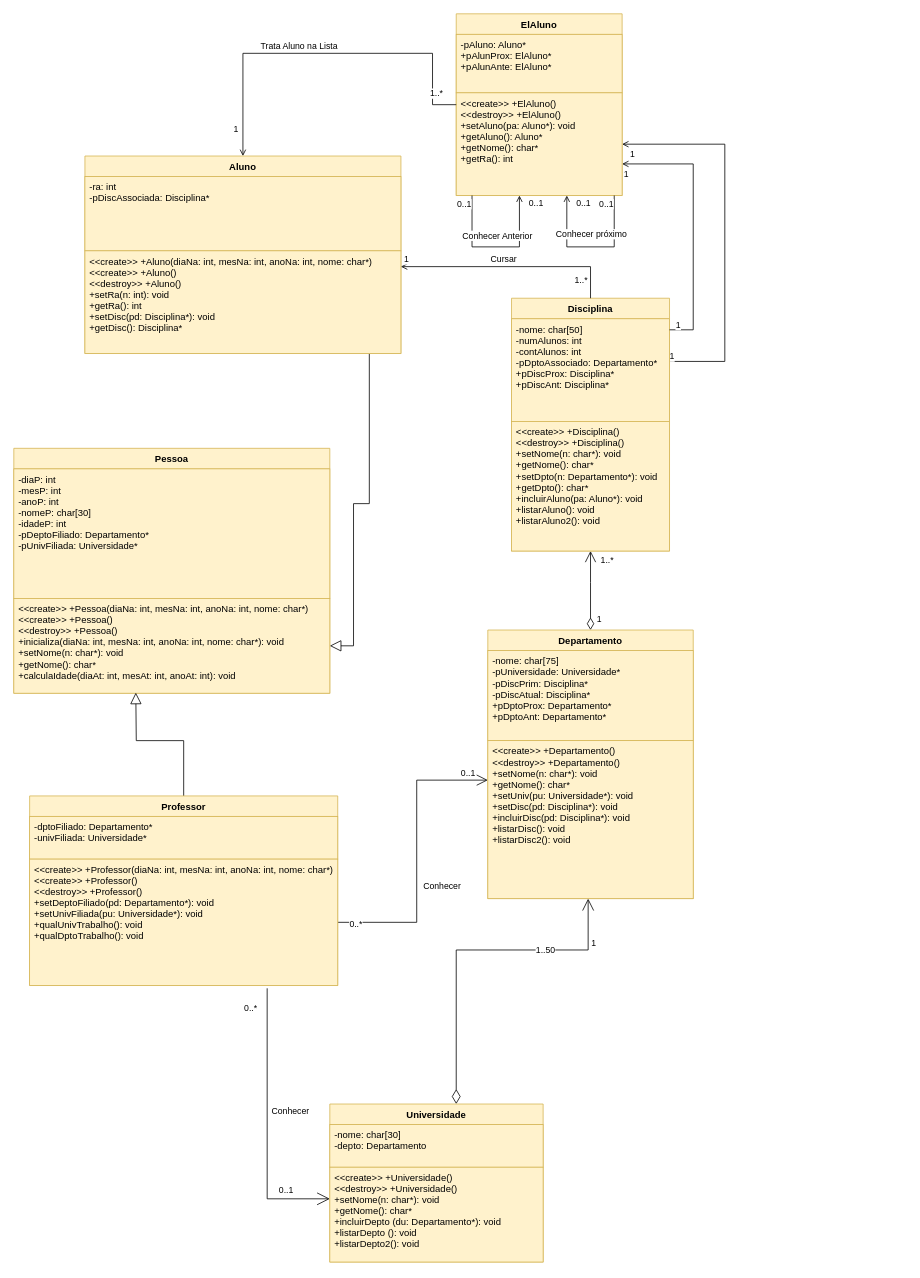
The draw.io diagram uml/sistema_academico.drawio in daniapc/tecprog-sistema-academico, before the edit. Source tidied: cells renumbered, new cells numbered last; positions are measured from the earlier drawing's top-left corner, leaving out a move shared by most shapes. Both pictures are drawn from the tidied source at 79%, with x=0, y=0 at pixel (13, 13).
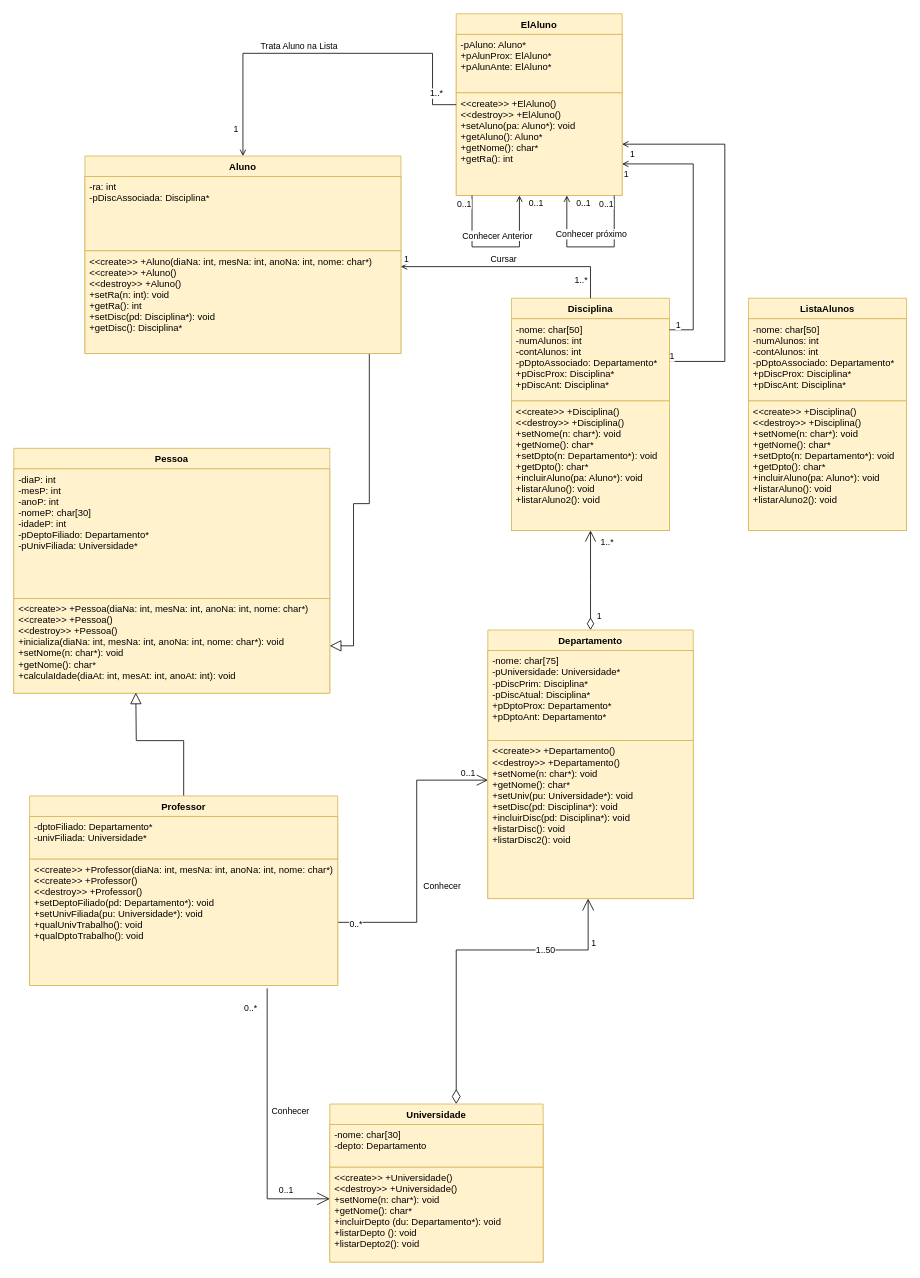
The same page after the edit.

Commit message:
Começando ListaAlunos

Change to the diagram source:
```diff
@@
     <mxCell id="36" value="Disciplina" style="swimlane;fontStyle=1;align=center;verticalAlign=top;horizontal=1;startSize=26;rounded=0;fillColor=#fff2cc;strokeColor=#d6b656;" parent="1" vertex="1">
-      <mxGeometry x="630" y="360" width="200" height="320" as="geometry" />
+      <mxGeometry x="630" y="360" width="200" height="294" as="geometry" />
     </mxCell>
     <mxCell id="37" value="-nome: char[50]&#10;-numAlunos: int&#10;-contAlunos: int&#10;-pDptoAssociado: Departamento*&#10;+pDiscProx: Disciplina*&#10;+pDiscAnt: Disciplina*" style="text;strokeColor=#d6b656;fillColor=#fff2cc;align=left;verticalAlign=top;spacingLeft=4;spacingRight=4;overflow=hidden;" parent="36" vertex="1">
-      <mxGeometry y="26" width="200" height="130" as="geometry" />
+      <mxGeometry y="26" width="200" height="104" as="geometry" />
     </mxCell>
     <mxCell id="38" value="&lt;&lt;create&gt;&gt; +Disciplina()&#10;&lt;&lt;destroy&gt;&gt; +Disciplina()&#10;+setNome(n: char*): void&#10;+getNome(): char*&#10;+setDpto(n: Departamento*): void&#10;+getDpto(): char*&#10;+incluirAluno(pa: Aluno*): void&#10;+listarAluno(): void&#10;+listarAluno2(): void" style="text;strokeColor=#d6b656;fillColor=#fff2cc;align=left;verticalAlign=top;spacingLeft=4;spacingRight=4;overflow=hidden;points=[[0,0.5],[1,0.5]];portConstraint=eastwest;" parent="36" vertex="1">
-      <mxGeometry y="156" width="200" height="164" as="geometry" />
+      <mxGeometry y="130" width="200" height="164" as="geometry" />
     </mxCell>
@@
+    <mxCell id="61" value="ListaAlunos" style="swimlane;fontStyle=1;align=center;verticalAlign=top;horizontal=1;startSize=26;rounded=0;fillColor=#fff2cc;strokeColor=#d6b656;" parent="1" vertex="1">
+      <mxGeometry x="930" y="360" width="200" height="294" as="geometry" />
+    </mxCell>
+    <mxCell id="62" value="-nome: char[50]&#10;-numAlunos: int&#10;-contAlunos: int&#10;-pDptoAssociado: Departamento*&#10;+pDiscProx: Disciplina*&#10;+pDiscAnt: Disciplina*" style="text;strokeColor=#d6b656;fillColor=#fff2cc;align=left;verticalAlign=top;spacingLeft=4;spacingRight=4;overflow=hidden;" parent="61" vertex="1">
+      <mxGeometry y="26" width="200" height="104" as="geometry" />
+    </mxCell>
+    <mxCell id="63" value="&lt;&lt;create&gt;&gt; +Disciplina()&#10;&lt;&lt;destroy&gt;&gt; +Disciplina()&#10;+setNome(n: char*): void&#10;+getNome(): char*&#10;+setDpto(n: Departamento*): void&#10;+getDpto(): char*&#10;+incluirAluno(pa: Aluno*): void&#10;+listarAluno(): void&#10;+listarAluno2(): void" style="text;strokeColor=#d6b656;fillColor=#fff2cc;align=left;verticalAlign=top;spacingLeft=4;spacingRight=4;overflow=hidden;" parent="61" vertex="1">
+      <mxGeometry y="130" width="200" height="164" as="geometry" />
+    </mxCell>
```
